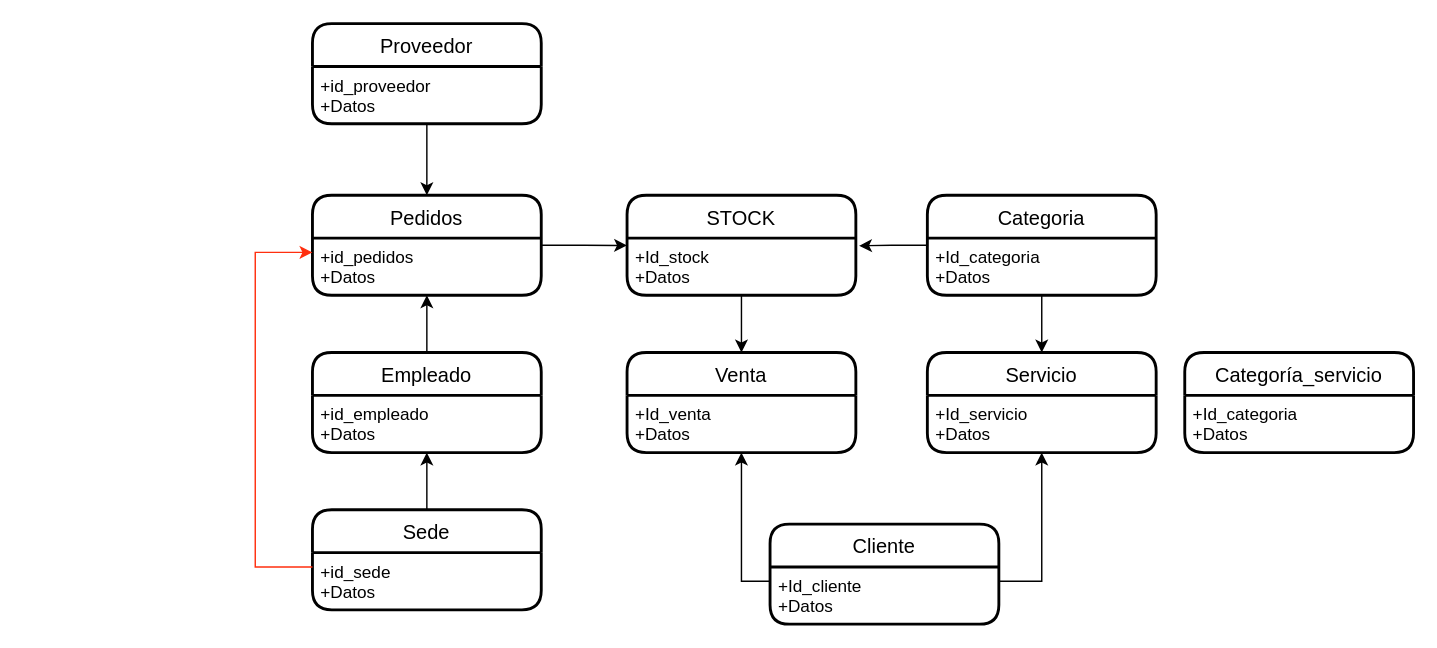
The draw.io diagram Diagrama sin título.drawio in MikhersAgustiniana/Diagrama-MER, before the edit. Source tidied: cells renumbered, new cells numbered last; positions are measured from the earlier drawing's top-left corner, leaving out a move shared by most shapes. Both pictures are drawn from the tidied source at 143%, with x=0, y=0 at pixel (255, 23).
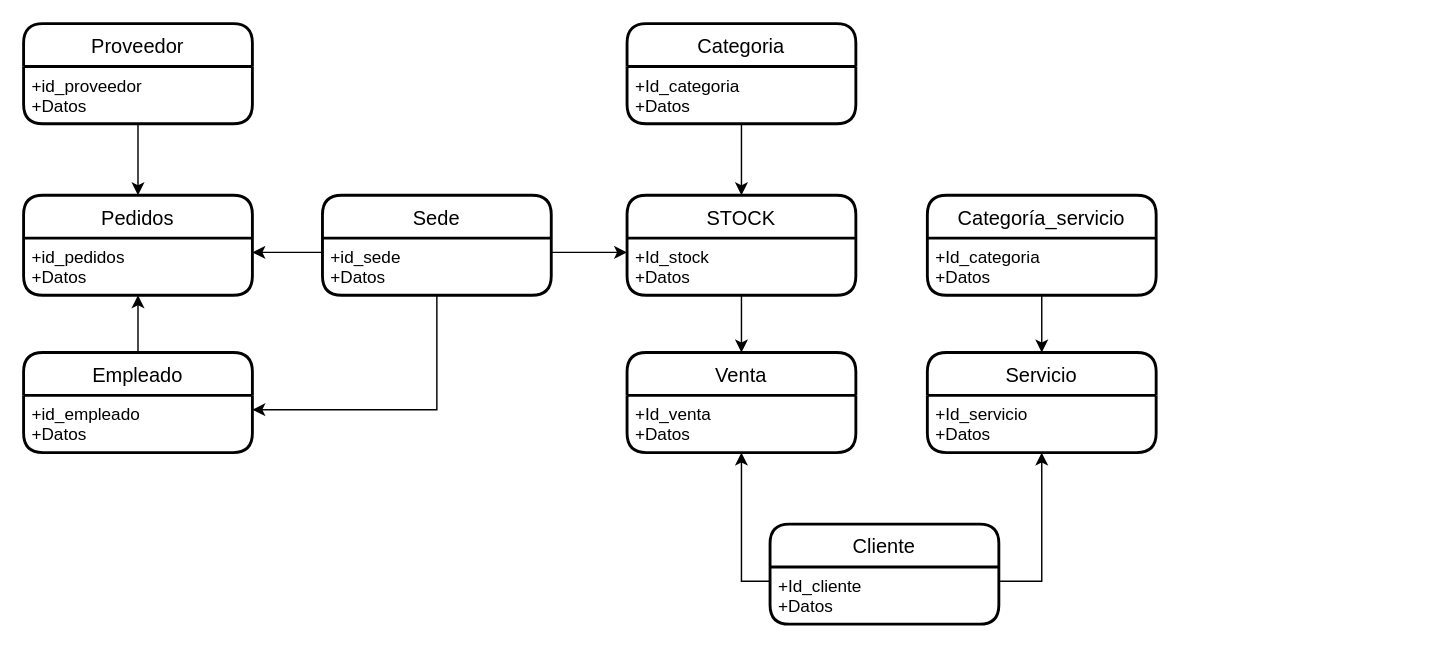
The same diagram, later.

Commit message:
Segunda opcion

The change refers to these unchanged cells:
```xml
<mxCell id="6" value="+id_pedidos&#10;+Datos" style="align=left;strokeColor=none;fillColor=none;spacingLeft=4;fontSize=12;verticalAlign=top;" parent="5" vertex="1">
  <mxGeometry y="30" width="160" height="40" as="geometry" />
</mxCell>
<mxCell id="10" value="+id_empleado&#10;+Datos" style="align=left;strokeColor=none;fillColor=none;spacingLeft=4;fontSize=12;verticalAlign=top;" parent="9" vertex="1">
  <mxGeometry y="30" width="160" height="40" as="geometry" />
</mxCell>
<mxCell id="13" value="+id_sede&#10;+Datos" style="align=left;strokeColor=none;fillColor=none;spacingLeft=4;fontSize=12;verticalAlign=top;" parent="12" vertex="1">
  <mxGeometry y="30" width="160" height="40" as="geometry" />
</mxCell>
<mxCell id="14" value="STOCK" style="swimlane;horizontal=1;startSize=30;rounded=1;fontSize=14;fontStyle=0;strokeWidth=2;shadow=0;dashed=0;align=center;" parent="1" vertex="1">
  <mxGeometry x="260" y="120" width="160" height="70" as="geometry" />
</mxCell>
<mxCell id="15" value="+Id_stock&#10;+Datos" style="align=left;strokeColor=none;fillColor=none;spacingLeft=4;fontSize=12;verticalAlign=top;" parent="14" vertex="1">
  <mxGeometry y="30" width="160" height="40" as="geometry" />
</mxCell>
<mxCell id="17" value="+Id_categoria&#10;+Datos" style="align=left;strokeColor=none;fillColor=none;spacingLeft=4;fontSize=12;verticalAlign=top;" parent="16" vertex="1">
  <mxGeometry y="30" width="160" height="40" as="geometry" />
</mxCell>
<mxCell id="22" value="Servicio" style="swimlane;horizontal=1;startSize=30;rounded=1;fontSize=14;fontStyle=0;strokeWidth=2;shadow=0;dashed=0;align=center;" parent="1" vertex="1">
  <mxGeometry x="470" y="230" width="160" height="70" as="geometry" />
</mxCell>
<mxCell id="31" value="+Id_categoria&#10;+Datos" style="align=left;strokeColor=none;fillColor=none;spacingLeft=4;fontSize=12;verticalAlign=top;" parent="30" vertex="1">
  <mxGeometry y="30" width="160" height="40" as="geometry" />
</mxCell>
```

What changed in the source:
```diff
@@
     <mxCell id="2" value="Proveedor" style="swimlane;horizontal=1;startSize=30;rounded=1;fontSize=14;fontStyle=0;strokeWidth=2;shadow=0;dashed=0;align=center;" parent="1" vertex="1">
-      <mxGeometry x="40" width="160" height="70" as="geometry" />
+      <mxGeometry x="-162" width="160" height="70" as="geometry" />
     </mxCell>
@@
-    <mxCell id="4" style="edgeStyle=orthogonalEdgeStyle;rounded=0;jettySize=auto;html=1;exitX=1;exitY=0.5;exitDx=0;exitDy=0;entryX=0;entryY=0.129;entryDx=0;entryDy=0;entryPerimeter=0;" parent="1" edge="1" source="5" target="15">
-      <mxGeometry relative="1" as="geometry" />
-    </mxCell>
     <mxCell id="5" value="Pedidos" style="swimlane;horizontal=1;startSize=30;rounded=1;fontSize=14;fontStyle=0;strokeWidth=2;shadow=0;dashed=0;align=center;" parent="1" vertex="1">
-      <mxGeometry x="40" y="120" width="160" height="70" as="geometry" />
+      <mxGeometry x="-162" y="120" width="160" height="70" as="geometry" />
     </mxCell>
@@
     <mxCell id="9" value="Empleado" style="swimlane;horizontal=1;startSize=30;rounded=1;fontSize=14;fontStyle=0;strokeWidth=2;shadow=0;dashed=0;align=center;" parent="1" vertex="1">
-      <mxGeometry x="40" y="230" width="160" height="70" as="geometry" />
+      <mxGeometry x="-162" y="230" width="160" height="70" as="geometry" />
     </mxCell>
@@
-    <mxCell id="11" style="edgeStyle=orthogonalEdgeStyle;rounded=0;jettySize=auto;html=1;exitX=0.5;exitY=0;exitDx=0;exitDy=0;entryX=0.5;entryY=1;entryDx=0;entryDy=0;" parent="1" edge="1" source="12" target="10">
-      <mxGeometry relative="1" as="geometry" />
-    </mxCell>
     <mxCell id="12" value="Sede" style="swimlane;horizontal=1;startSize=30;rounded=1;fontSize=14;fontStyle=0;strokeWidth=2;shadow=0;dashed=0;align=center;" parent="1" vertex="1">
-      <mxGeometry x="40" y="340" width="160" height="70" as="geometry" />
+      <mxGeometry x="47" y="120" width="160" height="70" as="geometry" />
     </mxCell>
@@
     <mxCell id="16" value="Categoria" style="swimlane;horizontal=1;startSize=30;rounded=1;fontSize=14;fontStyle=0;strokeWidth=2;shadow=0;dashed=0;align=center;" parent="1" vertex="1">
-      <mxGeometry x="470" y="120" width="160" height="70" as="geometry" />
+      <mxGeometry x="260" width="160" height="70" as="geometry" />
     </mxCell>
@@
-    <mxCell id="18" style="edgeStyle=orthogonalEdgeStyle;rounded=0;jettySize=auto;html=1;exitX=0;exitY=0;exitDx=0;exitDy=0;entryX=1.014;entryY=0.135;entryDx=0;entryDy=0;entryPerimeter=0;" parent="1" edge="1" source="17" target="15">
-      <mxGeometry relative="1" as="geometry">
-        <Array as="points">
-          <mxPoint x="470" y="155" />
-          <mxPoint x="445" y="155" />
-        </Array>
-      </mxGeometry>
-    </mxCell>
@@
-    <mxCell id="24" style="edgeStyle=orthogonalEdgeStyle;rounded=0;jettySize=auto;html=1;exitX=0.5;exitY=1;exitDx=0;exitDy=0;entryX=0.5;entryY=0;entryDx=0;entryDy=0;" parent="1" edge="1" source="17" target="22">
-      <mxGeometry relative="1" as="geometry" />
-    </mxCell>
@@
-    <mxCell id="29" style="edgeStyle=orthogonalEdgeStyle;rounded=0;jettySize=auto;html=1;exitX=0;exitY=0.25;exitDx=0;exitDy=0;entryX=0;entryY=0.25;entryDx=0;entryDy=0;fillColor=#FF2212;strokeColor=#FF2F0F;" parent="1" edge="1" source="13" target="6">
-      <mxGeometry relative="1" as="geometry">
-        <Array as="points">
-          <mxPoint y="380" />
-          <mxPoint y="160" />
-        </Array>
-      </mxGeometry>
-    </mxCell>
     <mxCell id="30" value="Categoría_servicio" style="swimlane;horizontal=1;startSize=30;rounded=1;fontSize=14;fontStyle=0;strokeWidth=2;shadow=0;dashed=0;align=center;" parent="1" vertex="1">
-      <mxGeometry x="650" y="230" width="160" height="70" as="geometry" />
+      <mxGeometry x="470" y="120" width="160" height="70" as="geometry" />
     </mxCell>
@@
+    <mxCell id="32" style="edgeStyle=orthogonalEdgeStyle;rounded=0;jettySize=auto;html=1;exitX=0.5;exitY=1;exitDx=0;exitDy=0;entryX=0.5;entryY=0;entryDx=0;entryDy=0;" parent="1" edge="1" source="17" target="14">
+      <mxGeometry relative="1" as="geometry" />
+    </mxCell>
+    <mxCell id="33" style="edgeStyle=orthogonalEdgeStyle;rounded=0;jettySize=auto;html=1;exitX=0.5;exitY=1;exitDx=0;exitDy=0;entryX=0.5;entryY=0;entryDx=0;entryDy=0;" parent="1" edge="1" source="31" target="22">
+      <mxGeometry relative="1" as="geometry" />
+    </mxCell>
+    <mxCell id="34" style="edgeStyle=orthogonalEdgeStyle;rounded=0;jettySize=auto;html=1;exitX=1;exitY=0.25;exitDx=0;exitDy=0;entryX=0;entryY=0.25;entryDx=0;entryDy=0;" parent="1" edge="1" source="13" target="15">
+      <mxGeometry relative="1" as="geometry" />
+    </mxCell>
+    <mxCell id="29" style="edgeStyle=orthogonalEdgeStyle;rounded=0;jettySize=auto;html=1;exitX=0;exitY=0;exitDx=0;exitDy=0;entryX=1;entryY=0.25;entryDx=0;entryDy=0;" parent="1" edge="1" source="13" target="6">
+      <mxGeometry relative="1" as="geometry">
+        <Array as="points">
+          <mxPoint x="47" y="160" />
+        </Array>
+      </mxGeometry>
+    </mxCell>
+    <mxCell id="35" style="edgeStyle=orthogonalEdgeStyle;rounded=0;jettySize=auto;html=1;exitX=0.5;exitY=1;exitDx=0;exitDy=0;entryX=1;entryY=0.25;entryDx=0;entryDy=0;" parent="1" edge="1" source="13" target="10">
+      <mxGeometry relative="1" as="geometry" />
+    </mxCell>
```
